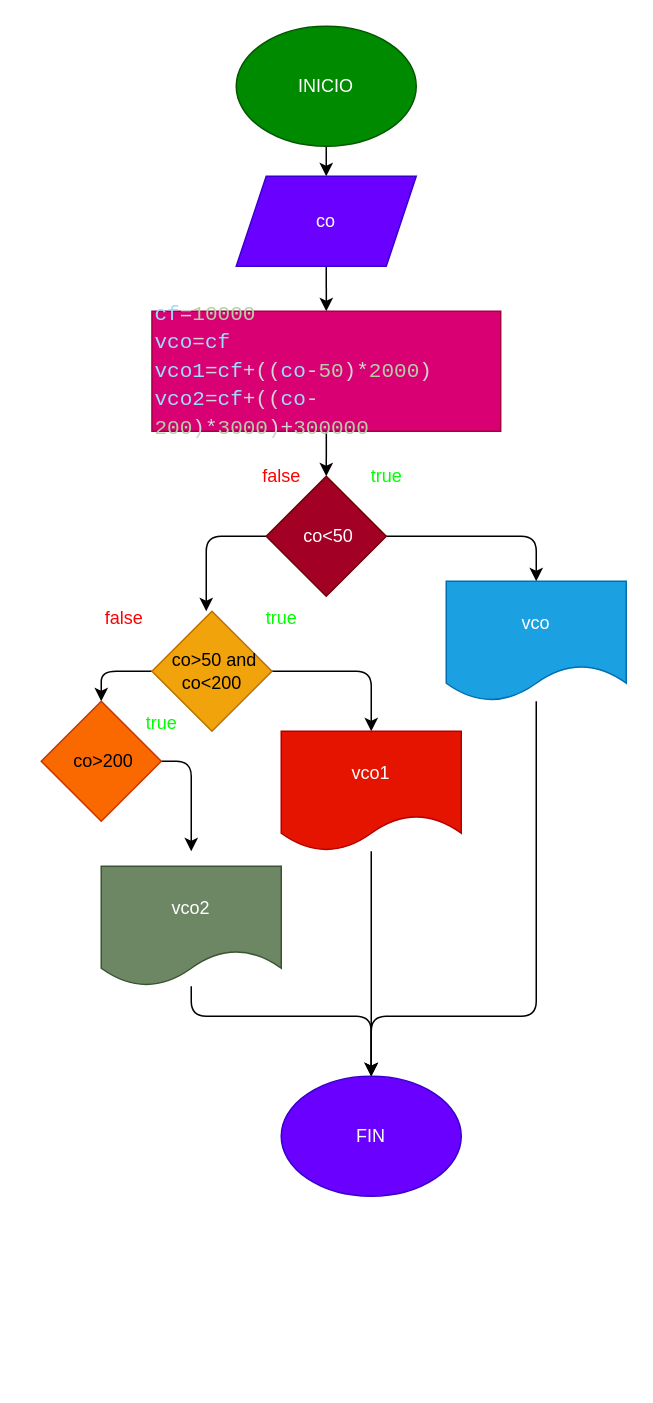
This is ejercicio5/diagrama.drawio from lisethcorrea/taller_condicionales_ejercicios, a draw.io file, before an edit. Source tidied: cells renumbered, new cells numbered last; positions are measured from the earlier drawing's top-left corner, leaving out a move shared by most shapes. Both pictures are drawn from the tidied source at 150%, with x=0, y=0 at pixel (40, 26).
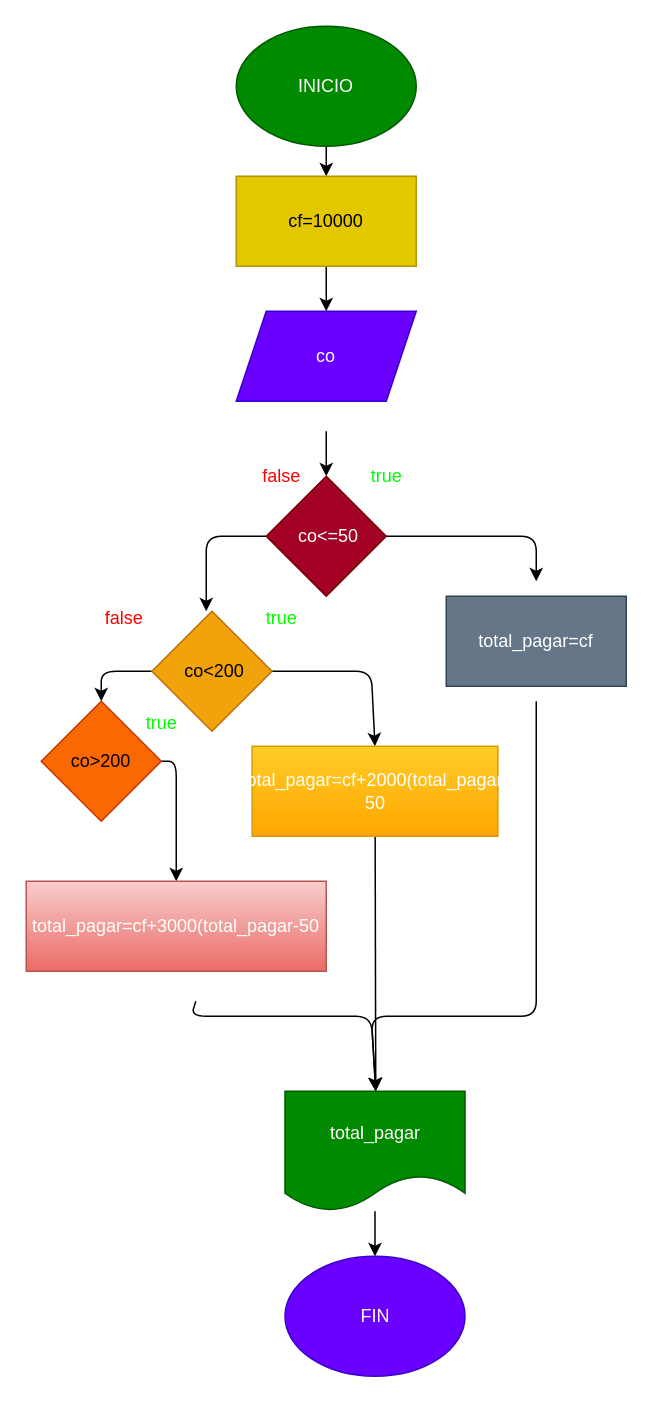
Above is the later version.

Commit message (it also covers changes not shown here):
se creo el diagrama y el programa

The change refers to these unchanged cells:
```xml
<mxCell id="3" value="INICIO" style="ellipse;whiteSpace=wrap;html=1;fillColor=#008a00;fontColor=#ffffff;strokeColor=#005700;" parent="1" vertex="1">
  <mxGeometry x="130" width="120" height="80" as="geometry" />
</mxCell>
```

Diff of the diagram source:
```diff
@@
-    <mxCell id="2" style="edgeStyle=none;html=1;" parent="1" edge="1" source="3" target="5">
-      <mxGeometry relative="1" as="geometry" />
-    </mxCell>
+    <mxCell id="28" style="edgeStyle=none;html=1;" parent="1" edge="1" source="3" target="31">
+      <mxGeometry relative="1" as="geometry" />
+    </mxCell>
@@
-    <mxCell id="4" style="edgeStyle=none;html=1;" parent="1" edge="1" source="5" target="7">
-      <mxGeometry relative="1" as="geometry" />
+    <mxCell id="4" style="edgeStyle=none;html=1;" parent="1" edge="1" source="5">
+      <mxGeometry relative="1" as="geometry">
+        <mxPoint x="190" y="190" as="targetPoint" />
+      </mxGeometry>
     </mxCell>
     <mxCell id="5" value="co" style="shape=parallelogram;perimeter=parallelogramPerimeter;whiteSpace=wrap;html=1;fixedSize=1;fillColor=#6a00ff;fontColor=#ffffff;strokeColor=#3700CC;" parent="1" vertex="1">
-      <mxGeometry x="130" y="100" width="120" height="60" as="geometry" />
+      <mxGeometry x="130" y="190" width="120" height="60" as="geometry" />
     </mxCell>
-    <mxCell id="6" style="edgeStyle=none;html=1;" parent="1" edge="1" source="7" target="10">
-      <mxGeometry relative="1" as="geometry" />
+    <mxCell id="6" style="edgeStyle=none;html=1;" parent="1" edge="1" target="10">
+      <mxGeometry relative="1" as="geometry">
+        <mxPoint x="190" y="270" as="sourcePoint" />
+      </mxGeometry>
     </mxCell>
-    <mxCell id="7" value="&lt;div style=&quot;color: rgb(212, 212, 212); font-family: Consolas, &amp;quot;Courier New&amp;quot;, monospace; font-size: 14px; line-height: 19px;&quot;&gt;&lt;div style=&quot;text-align: justify;&quot;&gt;&lt;span style=&quot;color: rgb(156, 220, 254);&quot;&gt;cf&lt;/span&gt;=&lt;span style=&quot;color: rgb(181, 206, 168);&quot;&gt;10000&lt;/span&gt;&lt;/div&gt;&lt;div style=&quot;text-align: justify;&quot;&gt;&lt;span style=&quot;color: #9cdcfe;&quot;&gt;vco&lt;/span&gt;=&lt;span style=&quot;color: #9cdcfe;&quot;&gt;cf&lt;/span&gt;&lt;/div&gt;&lt;div style=&quot;text-align: justify;&quot;&gt;&lt;span style=&quot;color: #9cdcfe;&quot;&gt;vco1&lt;/span&gt;=&lt;span style=&quot;color: #9cdcfe;&quot;&gt;cf&lt;/span&gt;+((&lt;span style=&quot;color: #9cdcfe;&quot;&gt;co&lt;/span&gt;-&lt;span style=&quot;color: #b5cea8;&quot;&gt;50&lt;/span&gt;)*&lt;span style=&quot;color: #b5cea8;&quot;&gt;2000&lt;/span&gt;)&lt;/div&gt;&lt;div style=&quot;text-align: justify;&quot;&gt;&lt;span style=&quot;color: rgb(156, 220, 254);&quot;&gt;vco2&lt;/span&gt;=&lt;span style=&quot;color: rgb(156, 220, 254);&quot;&gt;cf&lt;/span&gt;+((&lt;span style=&quot;color: rgb(156, 220, 254);&quot;&gt;co&lt;/span&gt;-&lt;span style=&quot;color: rgb(181, 206, 168);&quot;&gt;200&lt;/span&gt;)*&lt;span style=&quot;color: rgb(181, 206, 168);&quot;&gt;3000&lt;/span&gt;)+&lt;span style=&quot;color: rgb(181, 206, 168);&quot;&gt;300000&lt;/span&gt;&lt;/div&gt;&lt;/div&gt;" style="whiteSpace=wrap;html=1;align=left;fillColor=#d80073;fontColor=#ffffff;strokeColor=#A50040;" parent="1" vertex="1">
-      <mxGeometry x="73.8" y="190" width="232.5" height="80" as="geometry" />
-    </mxCell>
-    <mxCell id="8" style="edgeStyle=none;html=1;" parent="1" edge="1" source="10" target="12">
+    <mxCell id="8" style="edgeStyle=none;html=1;" parent="1" edge="1" source="10">
       <mxGeometry relative="1" as="geometry">
+        <mxPoint x="330" y="370" as="targetPoint" />
         <Array as="points">
           <mxPoint x="330" y="340" />
         </Array>
       </mxGeometry>
     </mxCell>
@@
-    <mxCell id="10" value="&amp;nbsp;co&amp;lt;50" style="rhombus;whiteSpace=wrap;html=1;align=center;fillColor=#a20025;fontColor=#ffffff;strokeColor=#6F0000;" parent="1" vertex="1">
+    <mxCell id="10" value="&amp;nbsp;co&amp;lt;=50" style="rhombus;whiteSpace=wrap;html=1;align=center;fillColor=#a20025;fontColor=#ffffff;strokeColor=#6F0000;" parent="1" vertex="1">
       <mxGeometry x="150" y="300" width="80" height="80" as="geometry" />
     </mxCell>
-    <mxCell id="11" style="edgeStyle=none;html=1;entryX=0.5;entryY=0;entryDx=0;entryDy=0;" parent="1" edge="1" source="12" target="27">
+    <mxCell id="11" style="edgeStyle=none;html=1;" parent="1" edge="1">
       <mxGeometry relative="1" as="geometry">
+        <mxPoint x="330" y="450" as="sourcePoint" />
+        <mxPoint x="223" y="710" as="targetPoint" />
         <Array as="points">
           <mxPoint x="330" y="660" />
           <mxPoint x="220" y="660" />
         </Array>
       </mxGeometry>
     </mxCell>
-    <mxCell id="12" value="vco" style="shape=document;whiteSpace=wrap;html=1;boundedLbl=1;fillColor=#1ba1e2;fontColor=#ffffff;strokeColor=#006EAF;" parent="1" vertex="1">
-      <mxGeometry x="270" y="370" width="120" height="80" as="geometry" />
-    </mxCell>
-    <mxCell id="13" style="edgeStyle=none;html=1;entryX=0.5;entryY=0;entryDx=0;entryDy=0;" parent="1" edge="1" source="15" target="19">
+    <mxCell id="13" style="edgeStyle=none;html=1;entryX=0.5;entryY=0;entryDx=0;entryDy=0;" parent="1" edge="1" source="15" target="35">
       <mxGeometry relative="1" as="geometry">
         <Array as="points">
           <mxPoint x="220" y="430" />
         </Array>
       </mxGeometry>
     </mxCell>
@@
-    <mxCell id="15" value="&amp;nbsp;co&amp;gt;50 and co&amp;lt;200" style="rhombus;whiteSpace=wrap;html=1;align=center;fillColor=#f0a30a;fontColor=#000000;strokeColor=#BD7000;" parent="1" vertex="1">
+    <mxCell id="15" value="&amp;nbsp;co&amp;lt;200" style="rhombus;whiteSpace=wrap;html=1;align=center;fillColor=#f0a30a;fontColor=#000000;strokeColor=#BD7000;" parent="1" vertex="1">
       <mxGeometry x="73.8" y="390" width="80" height="80" as="geometry" />
     </mxCell>
-    <mxCell id="16" style="edgeStyle=none;html=1;entryX=0.5;entryY=0;entryDx=0;entryDy=0;" parent="1" edge="1" source="17" target="27">
+    <mxCell id="16" style="edgeStyle=none;html=1;" parent="1" edge="1">
       <mxGeometry relative="1" as="geometry">
+        <mxPoint x="103" y="650" as="sourcePoint" />
+        <mxPoint x="223" y="710" as="targetPoint" />
         <Array as="points">
           <mxPoint x="100" y="660" />
           <mxPoint x="220" y="660" />
         </Array>
       </mxGeometry>
     </mxCell>
-    <mxCell id="17" value="vco2" style="shape=document;whiteSpace=wrap;html=1;boundedLbl=1;fillColor=#6d8764;fontColor=#ffffff;strokeColor=#3A5431;" parent="1" vertex="1">
-      <mxGeometry x="40" y="560" width="120" height="80" as="geometry" />
-    </mxCell>
-    <mxCell id="18" style="edgeStyle=none;html=1;entryX=0.5;entryY=0;entryDx=0;entryDy=0;" parent="1" edge="1" source="19" target="27">
-      <mxGeometry relative="1" as="geometry" />
+    <mxCell id="18" style="edgeStyle=none;html=1;" parent="1" edge="1">
+      <mxGeometry relative="1" as="geometry">
+        <mxPoint x="222.6" y="540" as="sourcePoint" />
+        <mxPoint x="223" y="710" as="targetPoint" />
+      </mxGeometry>
     </mxCell>
-    <mxCell id="19" value="vco1" style="shape=document;whiteSpace=wrap;html=1;boundedLbl=1;fillColor=#e51400;fontColor=#ffffff;strokeColor=#B20000;" parent="1" vertex="1">
-      <mxGeometry x="160" y="470" width="120" height="80" as="geometry" />
-    </mxCell>
-    <mxCell id="20" style="edgeStyle=none;html=1;" parent="1" edge="1" source="21">
-      <mxGeometry relative="1" as="geometry">
-        <mxPoint x="100" y="550" as="targetPoint" />
-        <Array as="points">
-          <mxPoint x="100" y="490" />
-        </Array>
-      </mxGeometry>
-    </mxCell>
+    <mxCell id="29" style="edgeStyle=none;html=1;entryX=0.5;entryY=0;entryDx=0;entryDy=0;" parent="1" edge="1" source="21" target="36">
+      <mxGeometry relative="1" as="geometry">
+        <Array as="points">
+          <mxPoint x="90" y="490" />
+        </Array>
+      </mxGeometry>
+    </mxCell>
-    <mxCell id="21" value="&amp;nbsp;co&amp;gt;200" style="rhombus;whiteSpace=wrap;html=1;align=center;fillColor=#fa6800;fontColor=#000000;strokeColor=#C73500;" parent="1" vertex="1">
+    <mxCell id="21" value="co&amp;gt;200" style="rhombus;whiteSpace=wrap;html=1;align=center;fillColor=#fa6800;fontColor=#000000;strokeColor=#C73500;" parent="1" vertex="1">
       <mxGeometry y="450" width="80" height="80" as="geometry" />
     </mxCell>
@@
     <mxCell id="27" value="FIN" style="ellipse;whiteSpace=wrap;html=1;fillColor=#6a00ff;fontColor=#ffffff;strokeColor=#3700CC;" parent="1" vertex="1">
-      <mxGeometry x="160" y="700" width="120" height="80" as="geometry" />
+      <mxGeometry x="162.5" y="820" width="120" height="80" as="geometry" />
     </mxCell>
+    <mxCell id="30" style="edgeStyle=none;html=1;" parent="1" edge="1" source="31" target="5">
+      <mxGeometry relative="1" as="geometry" />
+    </mxCell>
+    <mxCell id="31" value="cf=10000" style="rounded=0;whiteSpace=wrap;html=1;fillColor=#e3c800;fontColor=#000000;strokeColor=#B09500;" parent="1" vertex="1">
+      <mxGeometry x="130" y="100" width="120" height="60" as="geometry" />
+    </mxCell>
+    <mxCell id="32" value="total_pagar=cf" style="rounded=0;whiteSpace=wrap;html=1;fillColor=#647687;fontColor=#ffffff;strokeColor=#314354;" parent="1" vertex="1">
+      <mxGeometry x="270" y="380" width="120" height="60" as="geometry" />
+    </mxCell>
+    <mxCell id="33" style="edgeStyle=none;html=1;" parent="1" edge="1" source="34" target="27">
+      <mxGeometry relative="1" as="geometry" />
+    </mxCell>
+    <mxCell id="34" value="total_pagar" style="shape=document;whiteSpace=wrap;html=1;boundedLbl=1;fillColor=#008a00;fontColor=#ffffff;strokeColor=#005700;" parent="1" vertex="1">
+      <mxGeometry x="162.5" y="710" width="120" height="80" as="geometry" />
+    </mxCell>
+    <mxCell id="35" value="&lt;span style=&quot;color: rgb(255, 255, 255);&quot;&gt;total_pagar=cf+2000(total_pagar-50&lt;/span&gt;" style="rounded=0;whiteSpace=wrap;html=1;fillColor=#ffcd28;gradientColor=#ffa500;strokeColor=#d79b00;" parent="1" vertex="1">
+      <mxGeometry x="140.6" y="480" width="163.8" height="60" as="geometry" />
+    </mxCell>
+    <mxCell id="36" value="&lt;span style=&quot;color: rgb(255, 255, 255);&quot;&gt;total_pagar=cf+3000(total_pagar-50&lt;/span&gt;" style="rounded=0;whiteSpace=wrap;html=1;fillColor=#f8cecc;gradientColor=#ea6b66;strokeColor=#b85450;" parent="1" vertex="1">
+      <mxGeometry x="-10" y="570" width="200" height="60" as="geometry" />
+    </mxCell>
```
